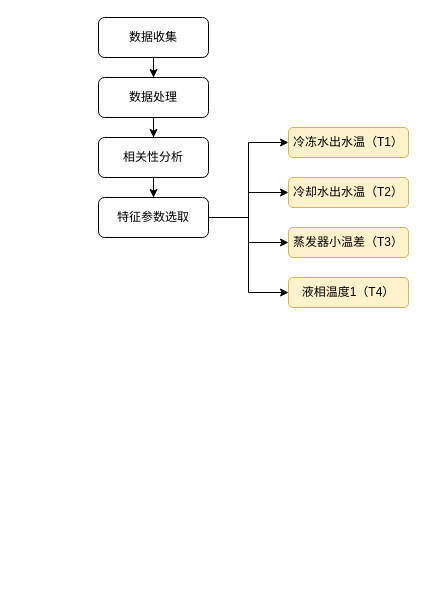
Above: 未命名绘图.drawio in Byomyyt/GnTCN (draw.io), before the change. Source tidied: cells renumbered, new cells numbered last; positions are measured from the earlier drawing's top-left corner, leaving out a move shared by most shapes. Both pictures are drawn from the tidied source at 100%, with x=0, y=0 at pixel (98, 17).
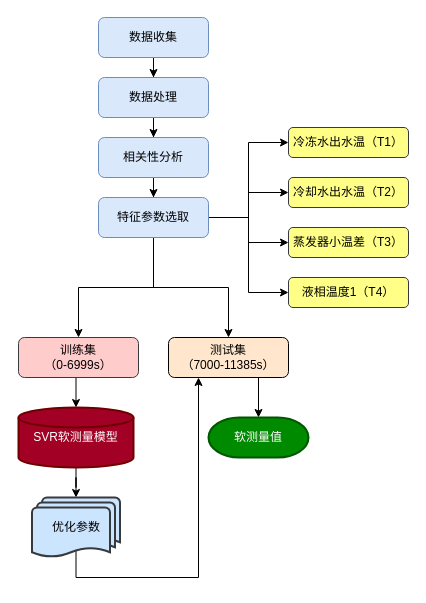
The same page after the edit.

Commit message (it also covers changes not shown here):
更新未命名绘图.drawio

Change to the diagram source:
```diff
@@
-    <mxCell id="3" value="数据收集" style="rounded=1;whiteSpace=wrap;html=1;shadow=0;strokeWidth=1;glass=0;" parent="1" vertex="1">
+    <mxCell id="3" value="数据收集" style="rounded=1;whiteSpace=wrap;html=1;shadow=0;strokeWidth=1;glass=0;fillColor=#dae8fc;strokeColor=#6c8ebf;" parent="1" vertex="1">
       <mxGeometry width="110" height="40" as="geometry" />
     </mxCell>
@@
-    <mxCell id="5" value="数据处理" style="rounded=1;whiteSpace=wrap;html=1;shadow=0;strokeWidth=1;glass=0;" parent="1" vertex="1">
+    <mxCell id="5" value="数据处理" style="rounded=1;whiteSpace=wrap;html=1;shadow=0;strokeWidth=1;glass=0;fillColor=#dae8fc;strokeColor=#6c8ebf;" parent="1" vertex="1">
       <mxGeometry y="60" width="110" height="40" as="geometry" />
     </mxCell>
@@
-    <mxCell id="7" value="相关性分析" style="rounded=1;whiteSpace=wrap;html=1;shadow=0;strokeWidth=1;glass=0;" parent="1" vertex="1">
+    <mxCell id="7" value="相关性分析" style="rounded=1;whiteSpace=wrap;html=1;shadow=0;strokeWidth=1;glass=0;fillColor=#dae8fc;strokeColor=#6c8ebf;" parent="1" vertex="1">
       <mxGeometry y="120" width="110" height="40" as="geometry" />
     </mxCell>
@@
+    <mxCell id="17" style="edgeStyle=orthogonalEdgeStyle;rounded=0;jettySize=auto;html=1;exitX=0.5;exitY=1;exitDx=0;exitDy=0;entryX=0.5;entryY=0;entryDx=0;entryDy=0;" parent="1" edge="1" source="12" target="20">
+      <mxGeometry relative="1" as="geometry" />
+    </mxCell>
+    <mxCell id="18" style="edgeStyle=orthogonalEdgeStyle;rounded=0;jettySize=auto;html=1;exitX=0.5;exitY=1;exitDx=0;exitDy=0;entryX=0.5;entryY=0;entryDx=0;entryDy=0;" parent="1" edge="1" source="12" target="22">
+      <mxGeometry relative="1" as="geometry" />
+    </mxCell>
-    <mxCell id="12" value="特征参数选取" style="rounded=1;whiteSpace=wrap;html=1;shadow=0;strokeWidth=1;glass=0;" parent="1" vertex="1">
+    <mxCell id="12" value="特征参数选取" style="rounded=1;whiteSpace=wrap;html=1;shadow=0;strokeWidth=1;glass=0;fillColor=#dae8fc;strokeColor=#6c8ebf;" parent="1" vertex="1">
       <mxGeometry y="180" width="110" height="40" as="geometry" />
     </mxCell>
-    <mxCell id="13" value="冷冻水出水温（T1）" style="rounded=1;whiteSpace=wrap;html=1;shadow=0;strokeWidth=1;glass=0;fillColor=#fff2cc;strokeColor=#d6b656;" parent="1" vertex="1">
+    <mxCell id="13" value="冷冻水出水温（T1）" style="rounded=1;whiteSpace=wrap;html=1;shadow=0;strokeWidth=1;glass=0;fillColor=#ffff88;strokeColor=#36393d;" parent="1" vertex="1">
       <mxGeometry x="190" y="110" width="120" height="30" as="geometry" />
     </mxCell>
-    <mxCell id="14" value="蒸发器小温差（T3）" style="rounded=1;whiteSpace=wrap;html=1;shadow=0;strokeWidth=1;glass=0;fillColor=#fff2cc;strokeColor=#d6b656;" parent="1" vertex="1">
+    <mxCell id="14" value="蒸发器小温差（T3）" style="rounded=1;whiteSpace=wrap;html=1;shadow=0;strokeWidth=1;glass=0;fillColor=#ffff88;strokeColor=#36393d;" parent="1" vertex="1">
       <mxGeometry x="190" y="210" width="120" height="30" as="geometry" />
     </mxCell>
-    <mxCell id="15" value="液相温度1（T4）" style="rounded=1;whiteSpace=wrap;html=1;shadow=0;strokeWidth=1;glass=0;fillColor=#fff2cc;strokeColor=#d6b656;" parent="1" vertex="1">
+    <mxCell id="15" value="液相温度1（T4）" style="rounded=1;whiteSpace=wrap;html=1;shadow=0;strokeWidth=1;glass=0;fillColor=#ffff88;strokeColor=#36393d;" parent="1" vertex="1">
       <mxGeometry x="190" y="260" width="120" height="30" as="geometry" />
     </mxCell>
-    <mxCell id="16" value="冷却水出水温（T2）" style="rounded=1;whiteSpace=wrap;html=1;shadow=0;strokeWidth=1;glass=0;fillColor=#fff2cc;strokeColor=#d6b656;" parent="1" vertex="1">
+    <mxCell id="16" value="冷却水出水温（T2）" style="rounded=1;whiteSpace=wrap;html=1;shadow=0;strokeWidth=1;glass=0;fillColor=#ffff88;strokeColor=#36393d;" parent="1" vertex="1">
       <mxGeometry x="190" y="160" width="120" height="30" as="geometry" />
     </mxCell>
+    <mxCell id="19" style="edgeStyle=orthogonalEdgeStyle;rounded=0;jettySize=auto;html=1;entryX=0.5;entryY=0;entryDx=0;entryDy=0;entryPerimeter=0;exitX=0.5;exitY=1;exitDx=0;exitDy=0;" parent="1" edge="1" source="20" target="24">
+      <mxGeometry relative="1" as="geometry" />
+    </mxCell>
+    <mxCell id="20" value="训练集&lt;br&gt;（0-6999s）" style="whiteSpace=wrap;html=1;rounded=1;shadow=0;strokeWidth=1;glass=0;fillColor=#ffcccc;strokeColor=#36393d;" parent="1" vertex="1">
+      <mxGeometry x="-80" y="320" width="120" height="40" as="geometry" />
+    </mxCell>
+    <mxCell id="21" style="edgeStyle=orthogonalEdgeStyle;rounded=0;jettySize=auto;html=1;exitX=0.75;exitY=1;exitDx=0;exitDy=0;entryX=0.5;entryY=0;entryDx=0;entryDy=0;entryPerimeter=0;" parent="1" edge="1" source="22" target="27">
+      <mxGeometry relative="1" as="geometry" />
+    </mxCell>
+    <mxCell id="22" value="测试集&lt;br&gt;（7000-11385s）" style="whiteSpace=wrap;html=1;rounded=1;shadow=0;strokeWidth=1;glass=0;fillColor=#ffe6cc;strokeColor=#000000;" parent="1" vertex="1">
+      <mxGeometry x="70" y="320" width="120" height="40" as="geometry" />
+    </mxCell>
+    <mxCell id="23" style="edgeStyle=orthogonalEdgeStyle;rounded=0;jettySize=auto;html=1;" parent="1" edge="1" source="24" target="26">
+      <mxGeometry relative="1" as="geometry" />
+    </mxCell>
+    <mxCell id="24" value="SVR软测量模型" style="strokeWidth=2;html=1;shape=mxgraph.flowchart.database;whiteSpace=wrap;fillColor=#a20025;strokeColor=#6F0000;fontColor=#ffffff;" parent="1" vertex="1">
+      <mxGeometry x="-80" y="390" width="115" height="60" as="geometry" />
+    </mxCell>
+    <mxCell id="25" style="edgeStyle=orthogonalEdgeStyle;rounded=0;jettySize=auto;html=1;exitX=0.5;exitY=0.88;exitDx=0;exitDy=0;exitPerimeter=0;entryX=0.25;entryY=1;entryDx=0;entryDy=0;" parent="1" edge="1" source="26" target="22">
+      <mxGeometry relative="1" as="geometry">
+        <Array as="points">
+          <mxPoint x="-22" y="560" />
+          <mxPoint x="100" y="560" />
+        </Array>
+      </mxGeometry>
+    </mxCell>
+    <mxCell id="26" value="优化参数" style="strokeWidth=2;html=1;shape=mxgraph.flowchart.multi-document;whiteSpace=wrap;fillColor=#cce5ff;strokeColor=#36393d;" parent="1" vertex="1">
+      <mxGeometry x="-66.5" y="480" width="88" height="60" as="geometry" />
+    </mxCell>
+    <mxCell id="27" value="软测量值" style="strokeWidth=2;html=1;shape=mxgraph.flowchart.terminator;whiteSpace=wrap;fillColor=#008a00;strokeColor=#005700;fontColor=#ffffff;" parent="1" vertex="1">
+      <mxGeometry x="110" y="400" width="100" height="40" as="geometry" />
+    </mxCell>
```
